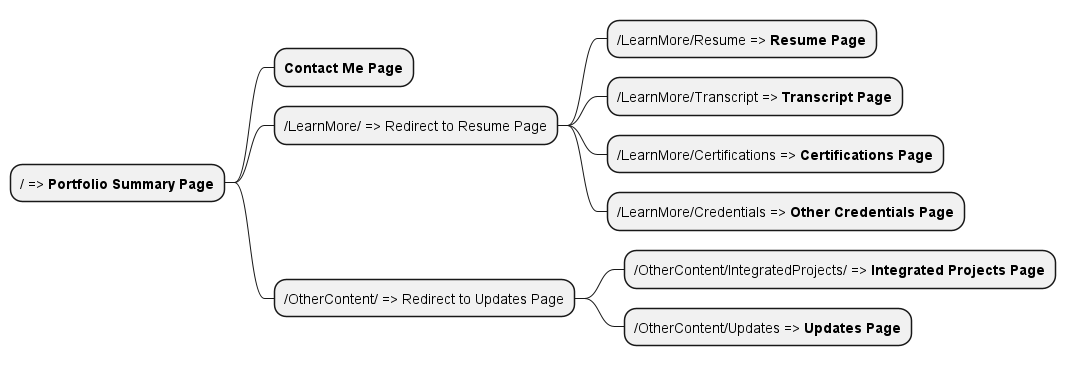
This is Documentation/Diagrams/Frontend__MindMap--UrlNavigation.png from DevonXDal/Digital-Portfolio, a PlantUML export, as it was before one commit. The source it was exported from:
```plantuml
@startmindmap Frontend__MindMap--UrlNavigation
* / => <b>Portfolio Summary Page</b>
** <b>Contact Me Page</b>
** /LearnMore/ => Redirect to Resume Page
*** /LearnMore/Resume => <b>Resume Page</b>
*** /LearnMore/Transcript => <b>Transcript Page</b>
*** /LearnMore/Certifications => <b>Certifications Page</b>
*** /LearnMore/Credentials => <b>Other Credentials Page</b>
** /OtherContent/ => Redirect to Updates Page
*** /OtherContent/IntegratedProjects/ => <b>Integrated Projects Page</b>
*** /OtherContent/Updates => <b>Updates Page</b>
@endmindmap
```
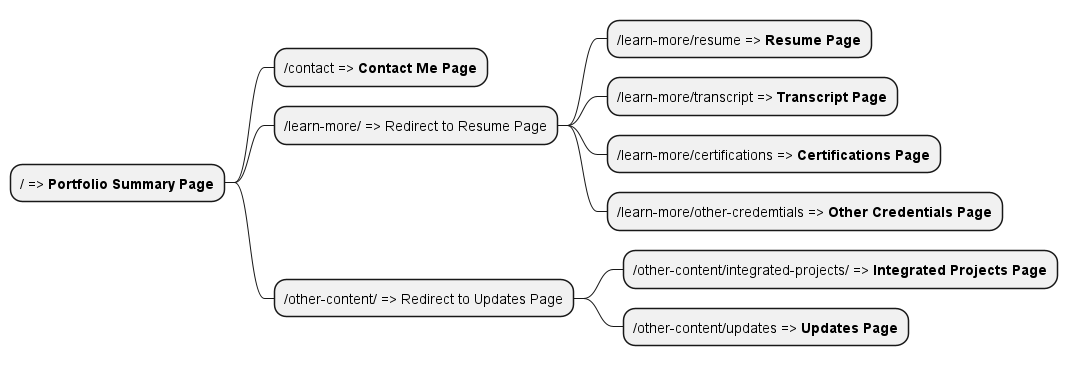
The same file after the commit.

What changed in the source:
```diff
@@ -1,12 +1,12 @@
 @startmindmap Frontend__MindMap--UrlNavigation
 * / => <b>Portfolio Summary Page</b>
-** <b>Contact Me Page</b>
-** /LearnMore/ => Redirect to Resume Page
-*** /LearnMore/Resume => <b>Resume Page</b>
-*** /LearnMore/Transcript => <b>Transcript Page</b>
-*** /LearnMore/Certifications => <b>Certifications Page</b>
-*** /LearnMore/Credentials => <b>Other Credentials Page</b>
-** /OtherContent/ => Redirect to Updates Page
-*** /OtherContent/IntegratedProjects/ => <b>Integrated Projects Page</b>
-*** /OtherContent/Updates => <b>Updates Page</b>
+** /contact => <b>Contact Me Page</b>
+** /learn-more/ => Redirect to Resume Page
+*** /learn-more/resume => <b>Resume Page</b>
+*** /learn-more/transcript => <b>Transcript Page</b>
+*** /learn-more/certifications => <b>Certifications Page</b>
+*** /learn-more/other-credemtials => <b>Other Credentials Page</b>
+** /other-content/ => Redirect to Updates Page
+*** /other-content/integrated-projects/ => <b>Integrated Projects Page</b>
+*** /other-content/updates => <b>Updates Page</b>
 @endmindmap
```
